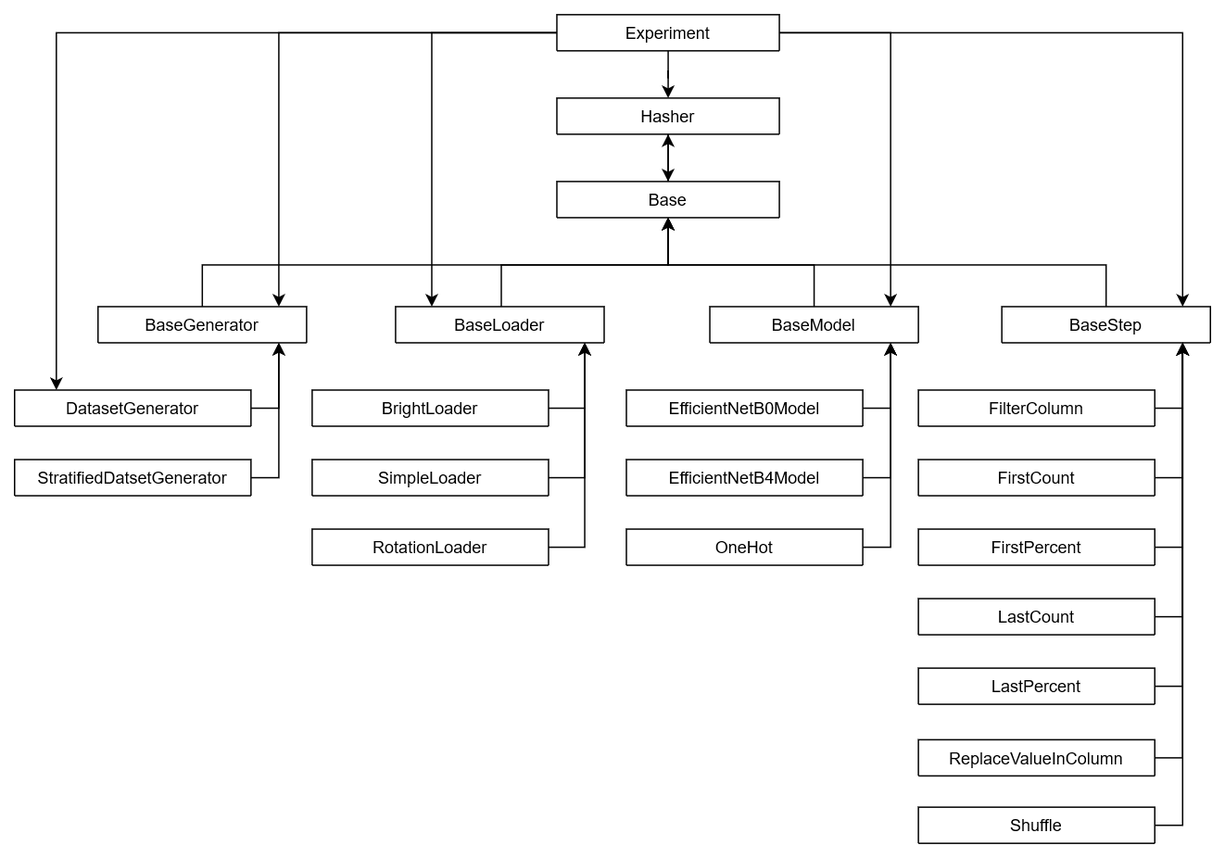
Before: docs/images/class_diagram.png, a diagram exported from draw.io (cherullo/exp). Source tidied: cells renumbered, new cells last; positions are measured from the earlier drawing's top-left corner, leaving out a move shared by most shapes.
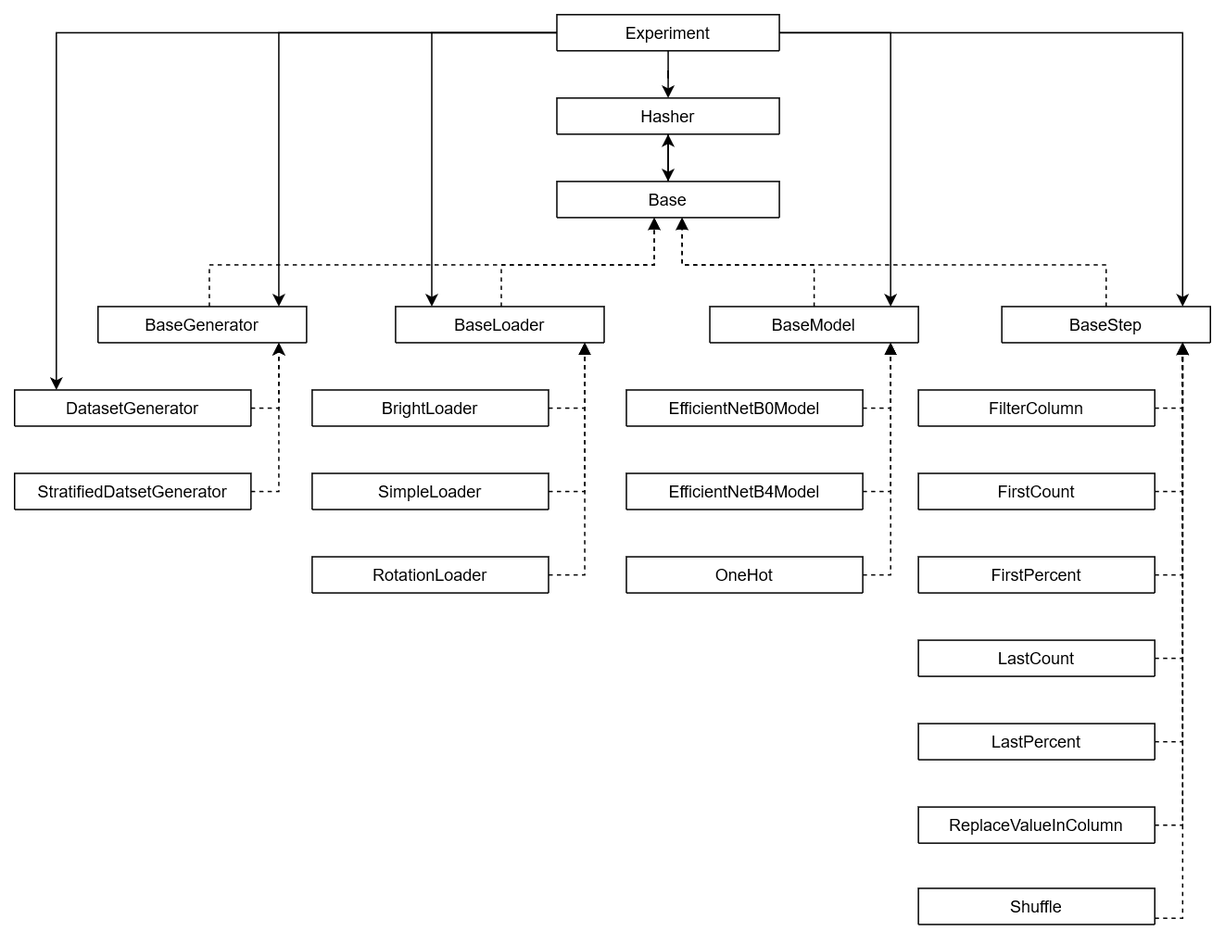
Above is the later version.

Commit message:
Improved class diagram.

Change to the diagram source:
```diff
@@ -14,61 +14,61 @@
     <mxCell id="5" value="Base" style="swimlane;fontStyle=0;align=center;verticalAlign=top;horizontal=1;startSize=26;rounded=0;shadow=0;strokeWidth=1;" parent="1" vertex="1" collapsed="1">
       <mxGeometry x="390" y="120" width="160" height="26" as="geometry" />
     </mxCell>
-    <mxCell id="6" style="edgeStyle=orthogonalEdgeStyle;rounded=0;jettySize=auto;html=1;" parent="1" edge="1" source="7" target="5">
+    <mxCell id="6" style="edgeStyle=orthogonalEdgeStyle;rounded=0;jettySize=auto;html=1;dashed=1;" parent="1" edge="1" source="7" target="5">
       <mxGeometry relative="1" as="geometry">
         <Array as="points">
           <mxPoint x="350" y="180" />
-          <mxPoint x="470" y="180" />
+          <mxPoint x="460" y="180" />
         </Array>
       </mxGeometry>
     </mxCell>
     <mxCell id="7" value="BaseLoader" style="swimlane;fontStyle=0;align=center;verticalAlign=top;horizontal=1;startSize=26;rounded=0;shadow=0;strokeWidth=1;" parent="1" vertex="1" collapsed="1">
       <mxGeometry x="274" y="210" width="150" height="26" as="geometry" />
     </mxCell>
-    <mxCell id="8" style="edgeStyle=orthogonalEdgeStyle;rounded=0;jettySize=auto;html=1;" parent="1" edge="1" source="9" target="5">
+    <mxCell id="8" style="edgeStyle=orthogonalEdgeStyle;rounded=0;jettySize=auto;html=1;dashed=1;endArrow=block;endFill=1;" parent="1" edge="1" source="9" target="5">
       <mxGeometry relative="1" as="geometry">
         <Array as="points">
-          <mxPoint x="135" y="180" />
-          <mxPoint x="470" y="180" />
+          <mxPoint x="140" y="180" />
+          <mxPoint x="460" y="180" />
         </Array>
       </mxGeometry>
     </mxCell>
     <mxCell id="9" value="BaseGenerator" style="swimlane;fontStyle=0;align=center;verticalAlign=top;horizontal=1;startSize=26;rounded=0;shadow=0;strokeWidth=1;" parent="1" vertex="1" collapsed="1">
       <mxGeometry x="60" y="210" width="150" height="26" as="geometry" />
     </mxCell>
-    <mxCell id="10" style="edgeStyle=orthogonalEdgeStyle;rounded=0;jettySize=auto;html=1;" parent="1" edge="1" source="11" target="5">
+    <mxCell id="10" style="edgeStyle=orthogonalEdgeStyle;rounded=0;jettySize=auto;html=1;dashed=1;" parent="1" edge="1" source="11" target="5">
       <mxGeometry relative="1" as="geometry">
         <Array as="points">
           <mxPoint x="575" y="180" />
-          <mxPoint x="470" y="180" />
+          <mxPoint x="480" y="180" />
         </Array>
       </mxGeometry>
     </mxCell>
     <mxCell id="11" value="BaseModel" style="swimlane;fontStyle=0;align=center;verticalAlign=top;horizontal=1;startSize=26;rounded=0;shadow=0;strokeWidth=1;" parent="1" vertex="1" collapsed="1">
       <mxGeometry x="500" y="210" width="150" height="26" as="geometry" />
     </mxCell>
-    <mxCell id="12" style="edgeStyle=orthogonalEdgeStyle;rounded=0;jettySize=auto;html=1;" parent="1" edge="1" source="13" target="5">
+    <mxCell id="12" style="edgeStyle=orthogonalEdgeStyle;rounded=0;jettySize=auto;html=1;dashed=1;endArrow=block;endFill=1;" parent="1" edge="1" source="13" target="5">
       <mxGeometry relative="1" as="geometry">
         <Array as="points">
           <mxPoint x="785" y="180" />
-          <mxPoint x="470" y="180" />
+          <mxPoint x="480" y="180" />
         </Array>
       </mxGeometry>
     </mxCell>
     <mxCell id="13" value="BaseStep" style="swimlane;fontStyle=0;align=center;verticalAlign=top;horizontal=1;startSize=26;rounded=0;shadow=0;strokeWidth=1;" parent="1" vertex="1" collapsed="1">
       <mxGeometry x="710" y="210" width="150" height="26" as="geometry" />
     </mxCell>
-    <mxCell id="14" style="edgeStyle=orthogonalEdgeStyle;rounded=0;jettySize=auto;html=1;" parent="1" edge="1" source="15" target="7">
+    <mxCell id="14" style="edgeStyle=orthogonalEdgeStyle;rounded=0;jettySize=auto;html=1;dashed=1;endArrow=block;endFill=1;fixDash=1;comic=0;" parent="1" edge="1" source="15" target="7">
       <mxGeometry relative="1" as="geometry">
         <Array as="points">
-          <mxPoint x="410" y="333" />
+          <mxPoint x="410" y="343" />
         </Array>
       </mxGeometry>
     </mxCell>
     <mxCell id="15" value="SimpleLoader" style="swimlane;fontStyle=0;align=center;verticalAlign=top;horizontal=1;startSize=26;rounded=0;shadow=0;strokeWidth=1;" parent="1" vertex="1" collapsed="1">
-      <mxGeometry x="214" y="320" width="170" height="26" as="geometry" />
+      <mxGeometry x="214" y="330" width="170" height="26" as="geometry" />
     </mxCell>
-    <mxCell id="16" style="edgeStyle=orthogonalEdgeStyle;rounded=0;jettySize=auto;html=1;" parent="1" edge="1" source="17" target="7">
+    <mxCell id="16" style="edgeStyle=orthogonalEdgeStyle;rounded=0;jettySize=auto;html=1;dashed=1;endArrow=block;endFill=1;fixDash=1;comic=0;" parent="1" edge="1" source="17" target="7">
       <mxGeometry relative="1" as="geometry">
         <Array as="points">
           <mxPoint x="410" y="283" />
@@ -78,17 +78,17 @@
     <mxCell id="17" value="BrightLoader" style="swimlane;fontStyle=0;align=center;verticalAlign=top;horizontal=1;startSize=26;rounded=0;shadow=0;strokeWidth=1;" parent="1" vertex="1" collapsed="1">
       <mxGeometry x="214" y="270" width="170" height="26" as="geometry" />
     </mxCell>
-    <mxCell id="18" style="edgeStyle=orthogonalEdgeStyle;rounded=0;jettySize=auto;html=1;" parent="1" edge="1" source="19" target="7">
+    <mxCell id="18" style="edgeStyle=orthogonalEdgeStyle;rounded=0;jettySize=auto;html=1;dashed=1;endArrow=block;endFill=1;fixDash=1;comic=0;" parent="1" edge="1" source="19" target="7">
       <mxGeometry relative="1" as="geometry">
         <Array as="points">
-          <mxPoint x="410" y="383" />
+          <mxPoint x="410" y="403" />
         </Array>
       </mxGeometry>
     </mxCell>
     <mxCell id="19" value="RotationLoader" style="swimlane;fontStyle=0;align=center;verticalAlign=top;horizontal=1;startSize=26;rounded=0;shadow=0;strokeWidth=1;" parent="1" vertex="1" collapsed="1">
-      <mxGeometry x="214" y="370" width="170" height="26" as="geometry" />
+      <mxGeometry x="214" y="390" width="170" height="26" as="geometry" />
     </mxCell>
-    <mxCell id="20" style="edgeStyle=orthogonalEdgeStyle;rounded=0;jettySize=auto;html=1;" parent="1" edge="1" source="21" target="9">
+    <mxCell id="20" style="edgeStyle=orthogonalEdgeStyle;rounded=0;jettySize=auto;html=1;dashed=1;" parent="1" edge="1" source="21" target="9">
       <mxGeometry relative="1" as="geometry">
         <Array as="points">
           <mxPoint x="190" y="283" />
@@ -98,17 +98,17 @@
     <mxCell id="21" value="DatasetGenerator" style="swimlane;fontStyle=0;align=center;verticalAlign=top;horizontal=1;startSize=26;rounded=0;shadow=0;strokeWidth=1;" parent="1" vertex="1" collapsed="1">
       <mxGeometry y="270" width="170" height="26" as="geometry" />
     </mxCell>
-    <mxCell id="22" style="edgeStyle=orthogonalEdgeStyle;rounded=0;jettySize=auto;html=1;" parent="1" edge="1" source="23" target="9">
+    <mxCell id="22" style="edgeStyle=orthogonalEdgeStyle;rounded=0;jettySize=auto;html=1;dashed=1;" parent="1" edge="1" source="23" target="9">
       <mxGeometry relative="1" as="geometry">
         <Array as="points">
-          <mxPoint x="190" y="333" />
+          <mxPoint x="190" y="343" />
         </Array>
       </mxGeometry>
     </mxCell>
     <mxCell id="23" value="StratifiedDatsetGenerator" style="swimlane;fontStyle=0;align=center;verticalAlign=top;horizontal=1;startSize=26;rounded=0;shadow=0;strokeWidth=1;" parent="1" vertex="1" collapsed="1">
-      <mxGeometry y="320" width="170" height="26" as="geometry" />
+      <mxGeometry y="330" width="170" height="26" as="geometry" />
     </mxCell>
-    <mxCell id="24" style="edgeStyle=orthogonalEdgeStyle;rounded=0;jettySize=auto;html=1;" parent="1" edge="1" source="25" target="11">
+    <mxCell id="24" style="edgeStyle=orthogonalEdgeStyle;rounded=0;jettySize=auto;html=1;dashed=1;endArrow=block;endFill=1;" parent="1" edge="1" source="25" target="11">
       <mxGeometry relative="1" as="geometry">
         <Array as="points">
           <mxPoint x="630" y="283" />
@@ -118,27 +118,27 @@
     <mxCell id="25" value="EfficientNetB0Model" style="swimlane;fontStyle=0;align=center;verticalAlign=top;horizontal=1;startSize=26;rounded=0;shadow=0;strokeWidth=1;" parent="1" vertex="1" collapsed="1">
       <mxGeometry x="440" y="270" width="170" height="26" as="geometry" />
     </mxCell>
-    <mxCell id="26" style="edgeStyle=orthogonalEdgeStyle;rounded=0;jettySize=auto;html=1;" parent="1" edge="1" source="27" target="11">
+    <mxCell id="26" style="edgeStyle=orthogonalEdgeStyle;rounded=0;jettySize=auto;html=1;dashed=1;endArrow=block;endFill=1;" parent="1" edge="1" source="27" target="11">
       <mxGeometry relative="1" as="geometry">
         <Array as="points">
-          <mxPoint x="630" y="333" />
+          <mxPoint x="630" y="343" />
         </Array>
       </mxGeometry>
     </mxCell>
     <mxCell id="27" value="EfficientNetB4Model" style="swimlane;fontStyle=0;align=center;verticalAlign=top;horizontal=1;startSize=26;rounded=0;shadow=0;strokeWidth=1;" parent="1" vertex="1" collapsed="1">
-      <mxGeometry x="440" y="320" width="170" height="26" as="geometry" />
+      <mxGeometry x="440" y="330" width="170" height="26" as="geometry" />
     </mxCell>
-    <mxCell id="28" style="edgeStyle=orthogonalEdgeStyle;rounded=0;jettySize=auto;html=1;" parent="1" edge="1" source="29" target="11">
+    <mxCell id="28" style="edgeStyle=orthogonalEdgeStyle;rounded=0;jettySize=auto;html=1;dashed=1;endArrow=block;endFill=1;" parent="1" edge="1" source="29" target="11">
       <mxGeometry relative="1" as="geometry">
         <Array as="points">
-          <mxPoint x="630" y="383" />
+          <mxPoint x="630" y="403" />
         </Array>
       </mxGeometry>
     </mxCell>
     <mxCell id="29" value="OneHot" style="swimlane;fontStyle=0;align=center;verticalAlign=top;horizontal=1;startSize=26;rounded=0;shadow=0;strokeWidth=1;" parent="1" vertex="1" collapsed="1">
-      <mxGeometry x="440" y="370" width="170" height="26" as="geometry" />
+      <mxGeometry x="440" y="390" width="170" height="26" as="geometry" />
     </mxCell>
-    <mxCell id="30" style="edgeStyle=orthogonalEdgeStyle;rounded=0;jettySize=auto;html=1;" parent="1" edge="1" source="31" target="13">
+    <mxCell id="30" style="edgeStyle=orthogonalEdgeStyle;rounded=0;jettySize=auto;html=1;dashed=1;endArrow=block;endFill=1;" parent="1" edge="1" source="31" target="13">
       <mxGeometry relative="1" as="geometry">
         <Array as="points">
           <mxPoint x="840" y="283" />
@@ -148,65 +148,65 @@
     <mxCell id="31" value="FilterColumn" style="swimlane;fontStyle=0;align=center;verticalAlign=top;horizontal=1;startSize=26;rounded=0;shadow=0;strokeWidth=1;" parent="1" vertex="1" collapsed="1">
       <mxGeometry x="650" y="270" width="170" height="26" as="geometry" />
     </mxCell>
-    <mxCell id="32" style="edgeStyle=orthogonalEdgeStyle;rounded=0;jettySize=auto;html=1;" parent="1" edge="1" source="33" target="13">
+    <mxCell id="32" style="edgeStyle=orthogonalEdgeStyle;rounded=0;jettySize=auto;html=1;dashed=1;endArrow=block;endFill=1;" parent="1" edge="1" source="33" target="13">
       <mxGeometry relative="1" as="geometry">
         <Array as="points">
-          <mxPoint x="840" y="333" />
+          <mxPoint x="840" y="343" />
         </Array>
       </mxGeometry>
     </mxCell>
     <mxCell id="33" value="FirstCount" style="swimlane;fontStyle=0;align=center;verticalAlign=top;horizontal=1;startSize=26;rounded=0;shadow=0;strokeWidth=1;" parent="1" vertex="1" collapsed="1">
-      <mxGeometry x="650" y="320" width="170" height="26" as="geometry" />
+      <mxGeometry x="650" y="330" width="170" height="26" as="geometry" />
     </mxCell>
-    <mxCell id="34" style="edgeStyle=orthogonalEdgeStyle;rounded=0;jettySize=auto;html=1;" parent="1" edge="1" source="35" target="13">
+    <mxCell id="34" style="edgeStyle=orthogonalEdgeStyle;rounded=0;jettySize=auto;html=1;dashed=1;endArrow=block;endFill=1;" parent="1" edge="1" source="35" target="13">
       <mxGeometry relative="1" as="geometry">
         <Array as="points">
-          <mxPoint x="840" y="383" />
+          <mxPoint x="840" y="403" />
         </Array>
       </mxGeometry>
     </mxCell>
     <mxCell id="35" value="FirstPercent" style="swimlane;fontStyle=0;align=center;verticalAlign=top;horizontal=1;startSize=26;rounded=0;shadow=0;strokeWidth=1;" parent="1" vertex="1" collapsed="1">
-      <mxGeometry x="650" y="370" width="170" height="26" as="geometry" />
+      <mxGeometry x="650" y="390" width="170" height="26" as="geometry" />
     </mxCell>
-    <mxCell id="36" style="edgeStyle=orthogonalEdgeStyle;rounded=0;jettySize=auto;html=1;" parent="1" edge="1" source="37" target="13">
+    <mxCell id="36" style="edgeStyle=orthogonalEdgeStyle;rounded=0;jettySize=auto;html=1;dashed=1;endArrow=block;endFill=1;" parent="1" edge="1" source="37" target="13">
       <mxGeometry relative="1" as="geometry">
         <Array as="points">
-          <mxPoint x="840" y="483" />
+          <mxPoint x="840" y="523" />
         </Array>
       </mxGeometry>
     </mxCell>
     <mxCell id="37" value="LastPercent" style="swimlane;fontStyle=0;align=center;verticalAlign=top;horizontal=1;startSize=26;rounded=0;shadow=0;strokeWidth=1;" parent="1" vertex="1" collapsed="1">
-      <mxGeometry x="650" y="470" width="170" height="26" as="geometry" />
+      <mxGeometry x="650" y="510" width="170" height="26" as="geometry" />
     </mxCell>
-    <mxCell id="38" style="edgeStyle=orthogonalEdgeStyle;rounded=0;jettySize=auto;html=1;" parent="1" edge="1" source="39" target="13">
+    <mxCell id="38" style="edgeStyle=orthogonalEdgeStyle;rounded=0;jettySize=auto;html=1;dashed=1;endArrow=block;endFill=1;" parent="1" edge="1" source="39" target="13">
       <mxGeometry relative="1" as="geometry">
         <Array as="points">
-          <mxPoint x="840" y="433" />
+          <mxPoint x="840" y="463" />
         </Array>
       </mxGeometry>
     </mxCell>
     <mxCell id="39" value="LastCount" style="swimlane;fontStyle=0;align=center;verticalAlign=top;horizontal=1;startSize=26;rounded=0;shadow=0;strokeWidth=1;" parent="1" vertex="1" collapsed="1">
-      <mxGeometry x="650" y="420" width="170" height="26" as="geometry" />
+      <mxGeometry x="650" y="450" width="170" height="26" as="geometry" />
     </mxCell>
-    <mxCell id="40" style="edgeStyle=orthogonalEdgeStyle;rounded=0;jettySize=auto;html=1;" parent="1" edge="1" source="41" target="13">
+    <mxCell id="40" style="edgeStyle=orthogonalEdgeStyle;rounded=0;jettySize=auto;html=1;dashed=1;endArrow=block;endFill=1;" parent="1" edge="1" source="41" target="13">
       <mxGeometry relative="1" as="geometry">
         <Array as="points">
-          <mxPoint x="840" y="535" />
+          <mxPoint x="840" y="583" />
         </Array>
       </mxGeometry>
     </mxCell>
     <mxCell id="41" value="ReplaceValueInColumn" style="swimlane;fontStyle=0;align=center;verticalAlign=top;horizontal=1;startSize=26;rounded=0;shadow=0;strokeWidth=1;" parent="1" vertex="1" collapsed="1">
-      <mxGeometry x="650" y="521.5" width="170" height="26" as="geometry" />
+      <mxGeometry x="650" y="570" width="170" height="26" as="geometry" />
     </mxCell>
-    <mxCell id="42" style="edgeStyle=orthogonalEdgeStyle;rounded=0;jettySize=auto;html=1;" parent="1" edge="1" source="43" target="13">
+    <mxCell id="42" style="edgeStyle=orthogonalEdgeStyle;rounded=0;jettySize=auto;html=1;dashed=1;" parent="1" edge="1" source="43" target="13">
       <mxGeometry relative="1" as="geometry">
         <Array as="points">
-          <mxPoint x="840" y="583" />
+          <mxPoint x="840" y="650" />
         </Array>
       </mxGeometry>
     </mxCell>
     <mxCell id="43" value="Shuffle" style="swimlane;fontStyle=0;align=center;verticalAlign=top;horizontal=1;startSize=26;rounded=0;shadow=0;strokeWidth=1;" parent="1" vertex="1" collapsed="1">
-      <mxGeometry x="650" y="570" width="170" height="26" as="geometry" />
+      <mxGeometry x="650" y="628.5" width="170" height="26" as="geometry" />
     </mxCell>
     <mxCell id="44" style="edgeStyle=orthogonalEdgeStyle;rounded=0;jettySize=auto;html=1;" parent="1" edge="1" source="50" target="7">
       <mxGeometry relative="1" as="geometry">
```
